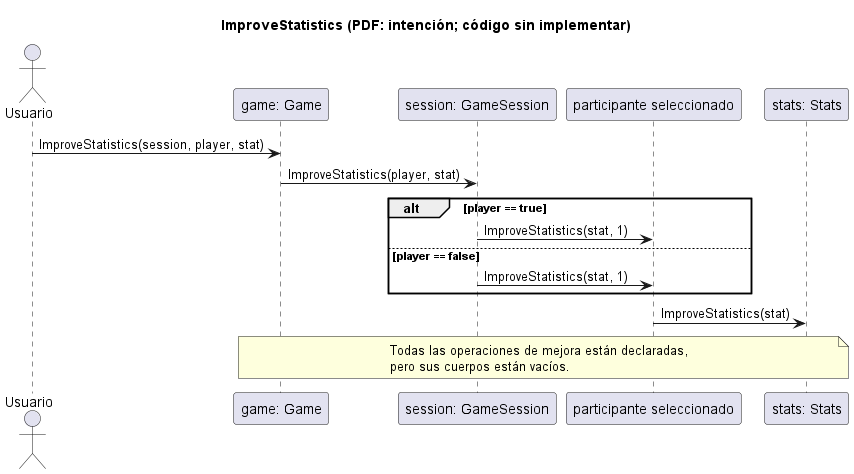
PaglkG/ProyectoFinal-Dopo keeps this PlantUML diagram as docs/uml/capturas/domain-sequences_005.png. Above is the earlier version. The source it was exported from:
```plantuml
@startuml
title ImproveStatistics (PDF: intención; código sin implementar)
actor Usuario
participant "game: Game" as G
participant "session: GameSession" as S
participant "participante seleccionado" as P
participant "stats: Stats" as T
Usuario -> G: ImproveStatistics(session, player, stat)
G -> S: ImproveStatistics(player, stat)
alt player == true
  S -> P: ImproveStatistics(stat, 1)
else player == false
  S -> P: ImproveStatistics(stat, 1)
end
P -> T: ImproveStatistics(stat)
note over G,T
  Todas las operaciones de mejora están declaradas,
  pero sus cuerpos están vacíos.
end note
@enduml
```
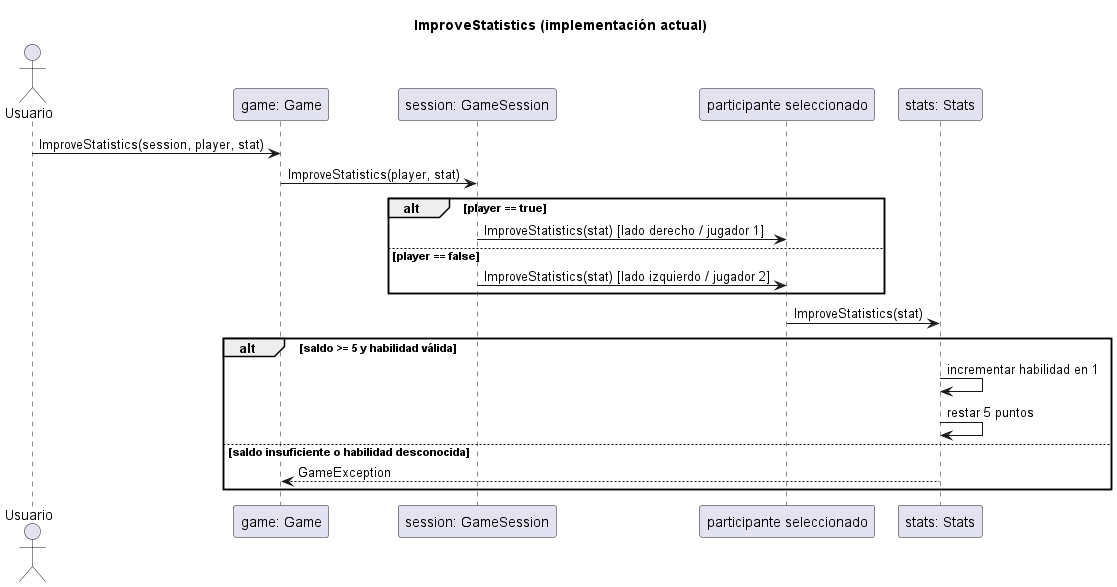
Above is the later version.

What changed in the source:
```diff
@@ -1,5 +1,5 @@
 @startuml
-title ImproveStatistics (PDF: intención; código sin implementar)
+title ImproveStatistics (implementación actual)
 actor Usuario
 participant "game: Game" as G
 participant "session: GameSession" as S
@@ -8,13 +8,15 @@
 Usuario -> G: ImproveStatistics(session, player, stat)
 G -> S: ImproveStatistics(player, stat)
 alt player == true
-  S -> P: ImproveStatistics(stat, 1)
+  S -> P: ImproveStatistics(stat) [lado derecho / jugador 1]
 else player == false
-  S -> P: ImproveStatistics(stat, 1)
+  S -> P: ImproveStatistics(stat) [lado izquierdo / jugador 2]
 end
 P -> T: ImproveStatistics(stat)
-note over G,T
-  Todas las operaciones de mejora están declaradas,
-  pero sus cuerpos están vacíos.
-end note
+alt saldo >= 5 y habilidad válida
+  T -> T: incrementar habilidad en 1
+  T -> T: restar 5 puntos
+else saldo insuficiente o habilidad desconocida
+  T --> G: GameException
+end
 @enduml
```
